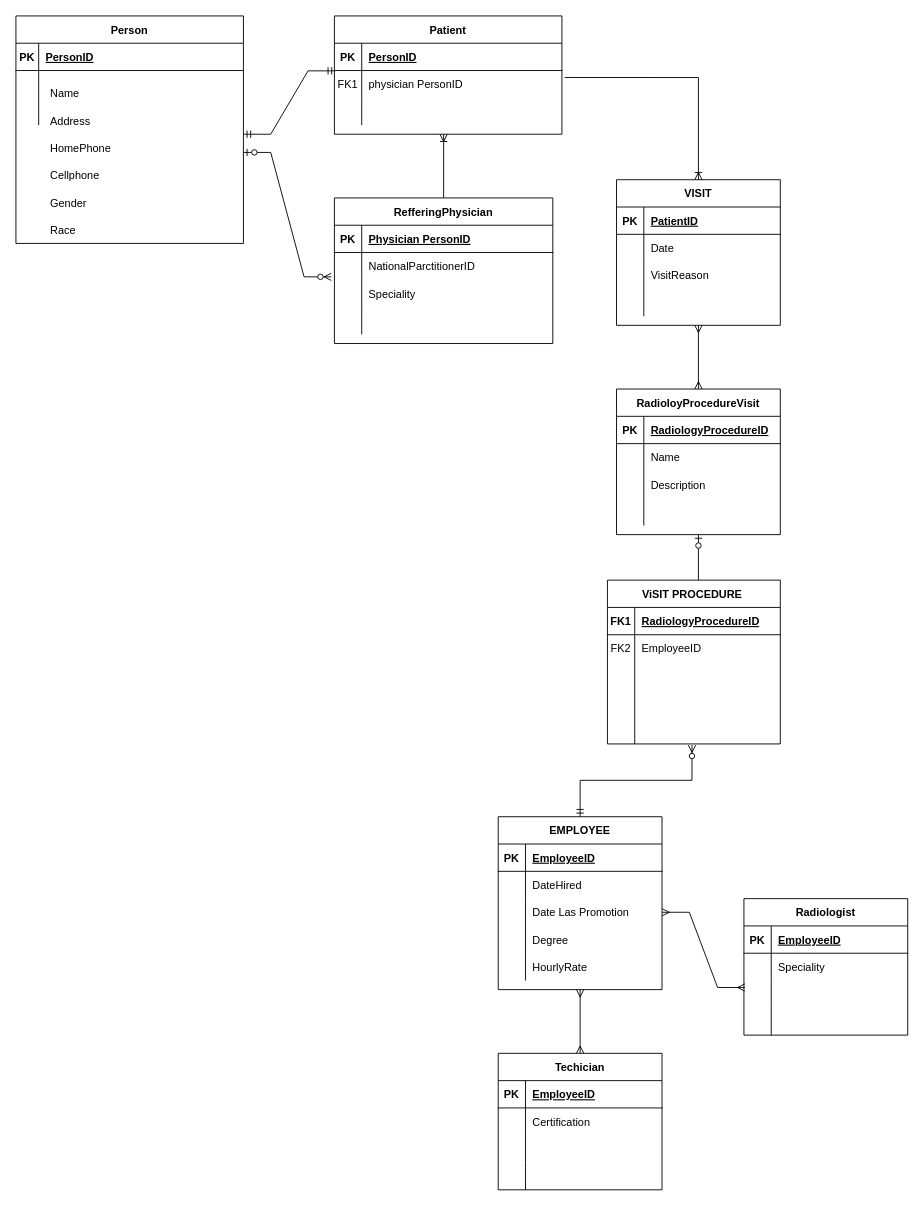
Earlier version of the draw.io diagram Untitled Diagram.drawio (imanmuzaffar12/SdaProject). Source tidied: cells renumbered, new cells numbered last; positions are measured from the earlier drawing's top-left corner, leaving out a move shared by most shapes. Both pictures are drawn from the tidied source at 91%, with x=0, y=0 at pixel (15, 15).
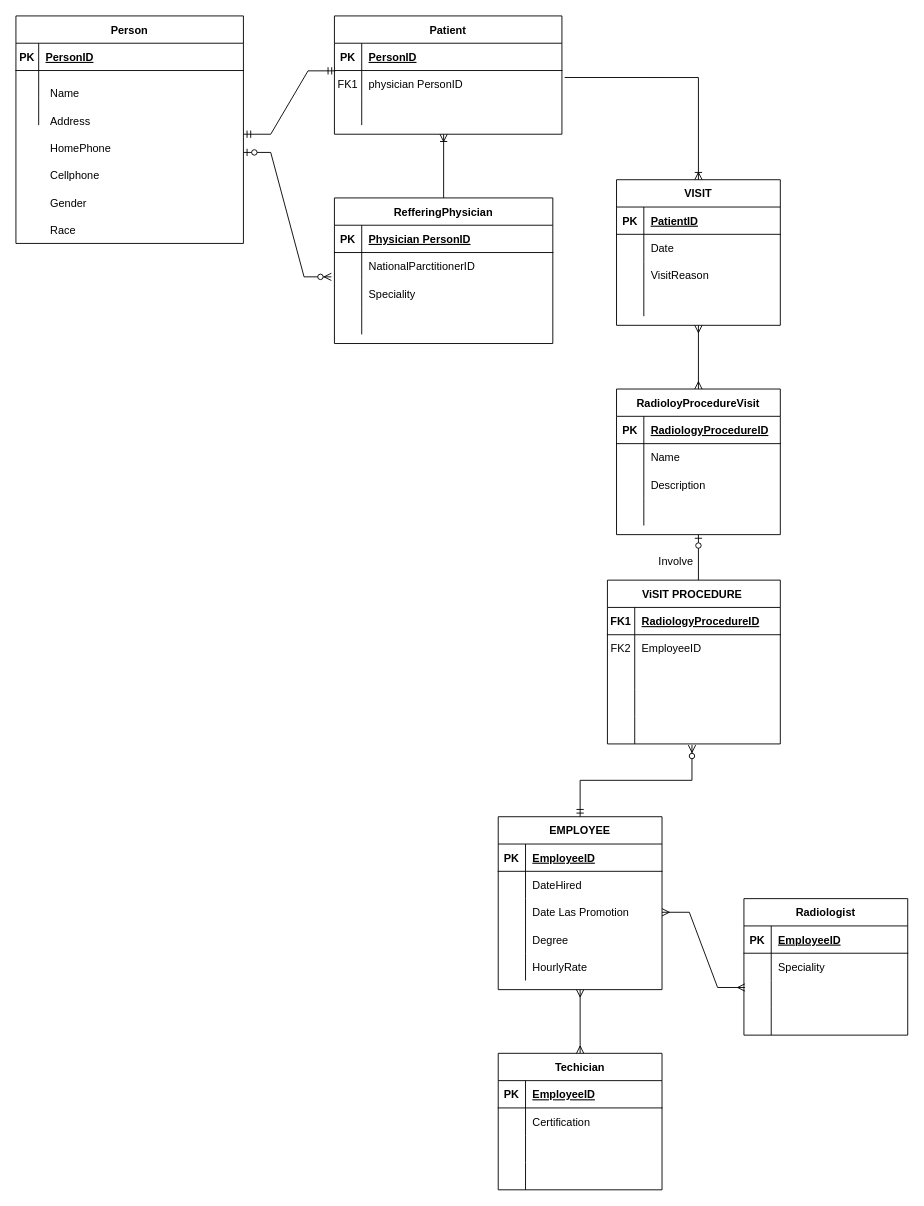
The same page after the edit.

What changed in the source:
```diff
@@
+    <mxCell id="135" value="Involve" style="text;html=1;align=center;verticalAlign=middle;strokeColor=none;fillColor=none;" parent="1" vertex="1">
+      <mxGeometry x="700" y="590" width="50" height="20" as="geometry" />
+    </mxCell>
```
